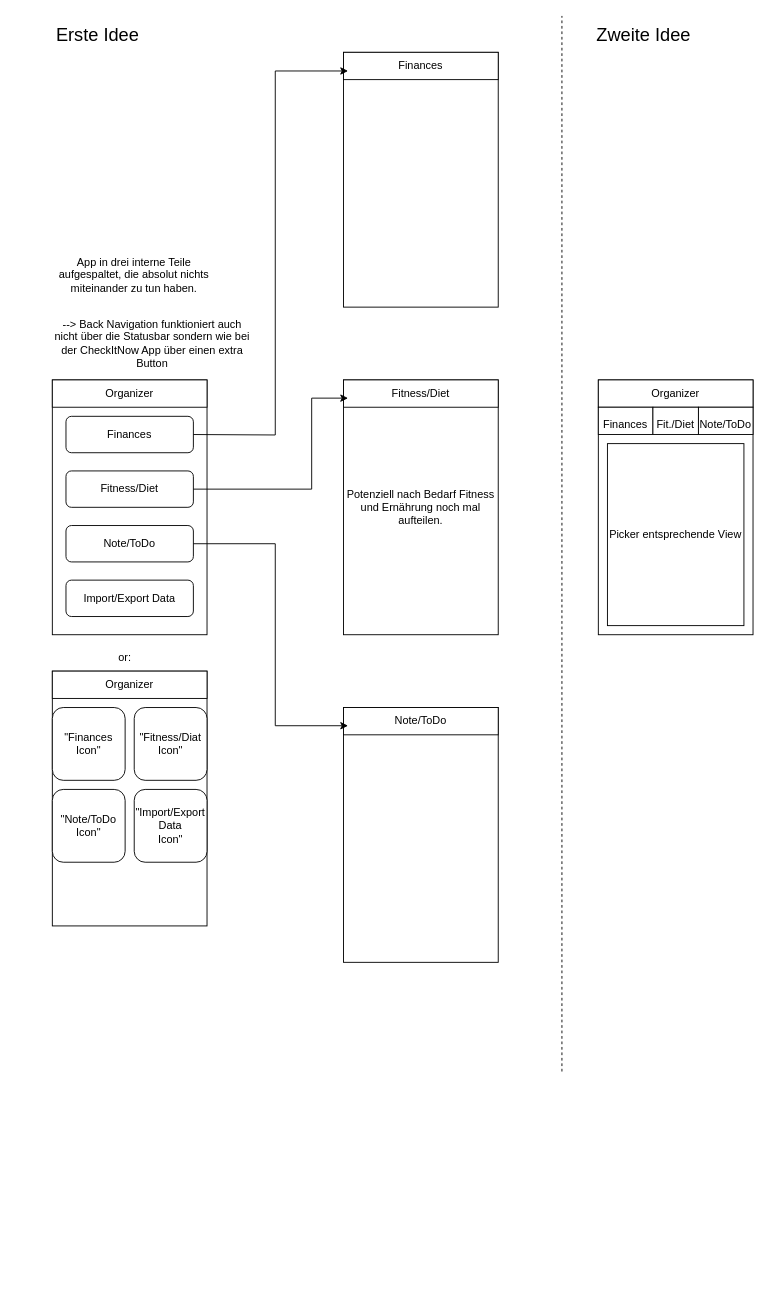
Before: Organizer/StartOrganizer.drawio in CoffeePurrson/DrawFiles, a draw.io diagram. Source tidied: cells renumbered, new cells numbered last; positions are measured from the earlier drawing's top-left corner, leaving out a move shared by most shapes. Both pictures are drawn from the tidied source at 91%, with x=0, y=0 at pixel (15, 15).
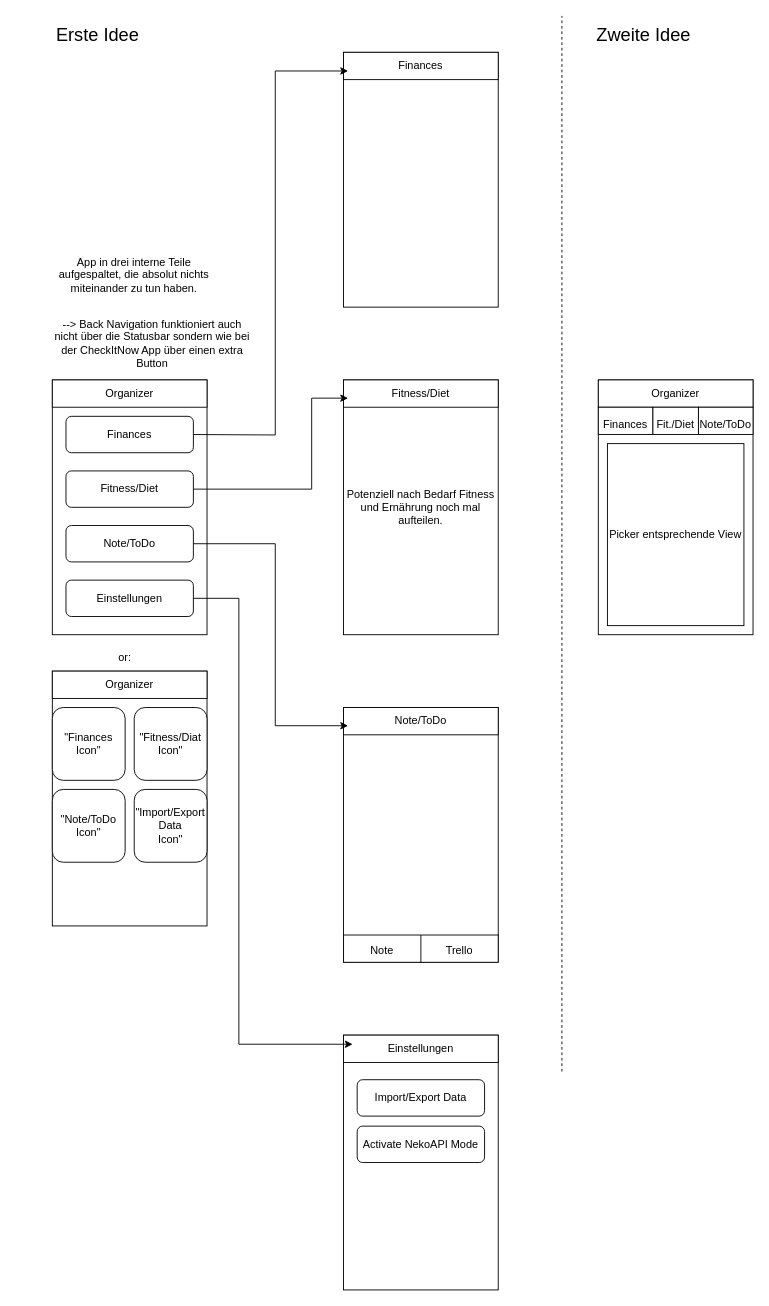
After the change.

Commit message (it also covers changes not shown here):
Updated StartOrganizer sketches

The edit, as a diff of the source:
```diff
@@
+    <mxCell id="35" style="rounded=0;whiteSpace=wrap;html=1;" parent="1" vertex="1">
+      <mxGeometry x="360" y="1120" width="170" height="280" as="geometry" />
+    </mxCell>
+    <mxCell id="36" value="Einstellungen" style="rounded=0;whiteSpace=wrap;html=1;" parent="1" vertex="1">
+      <mxGeometry x="360" y="1120" width="170" height="30" as="geometry" />
+    </mxCell>
+    <mxCell id="37" value="Import/Export Data" style="rounded=1;whiteSpace=wrap;html=1;" parent="1" vertex="1">
+      <mxGeometry x="375" y="1169" width="140" height="40" as="geometry" />
+    </mxCell>
@@
-    <mxCell id="23" value="Import/Export Data" style="rounded=1;whiteSpace=wrap;html=1;" parent="1" vertex="1">
+    <mxCell id="23" value="Einstellungen" style="rounded=1;whiteSpace=wrap;html=1;" parent="1" vertex="1">
       <mxGeometry x="55" y="620" width="140" height="40" as="geometry" />
     </mxCell>
@@
+    <mxCell id="38" style="endArrow=classic;html=1;rounded=0;" parent="1" edge="1">
+      <mxGeometry relative="1" as="geometry">
+        <mxPoint x="195" y="640" as="sourcePoint" />
+        <mxPoint x="370" y="1130" as="targetPoint" />
+        <Array as="points">
+          <mxPoint x="245" y="640" />
+          <mxPoint x="245" y="1130" />
+        </Array>
+      </mxGeometry>
+    </mxCell>
+    <mxCell id="39" value="Activate NekoAPI Mode" style="rounded=1;whiteSpace=wrap;html=1;" parent="1" vertex="1">
+      <mxGeometry x="375" y="1220" width="140" height="40" as="geometry" />
+    </mxCell>
+    <mxCell id="40" style="shape=table;startSize=0;childLayout=tableLayout;fontSize=16;flipV=1;flipH=1;direction=north;columnLines=1;" parent="1" vertex="1">
+      <mxGeometry x="360" y="1010" width="170" height="30" as="geometry" />
+    </mxCell>
+    <mxCell id="41" style="shape=tableRow;horizontal=0;startSize=0;swimlaneHead=0;swimlaneBody=0;strokeColor=inherit;top=0;left=0;bottom=0;right=0;fillColor=none;fontSize=16;" parent="40" vertex="1">
+      <mxGeometry width="170" height="30" as="geometry" />
+    </mxCell>
+    <mxCell id="42" value="&lt;font style=&quot;font-size: 12px;&quot;&gt;Note&lt;/font&gt;" style="shape=partialRectangle;html=1;whiteSpace=wrap;strokeColor=inherit;overflow=hidden;fillColor=none;top=0;left=0;bottom=0;right=0;fontSize=16;flipV=1;flipH=0;" parent="41" vertex="1">
+      <mxGeometry width="85" height="30" as="geometry" />
+    </mxCell>
+    <mxCell id="43" value="&lt;font style=&quot;font-size: 12px;&quot;&gt;Trello&lt;/font&gt;" style="shape=partialRectangle;html=1;whiteSpace=wrap;strokeColor=inherit;overflow=hidden;fillColor=none;top=0;left=0;bottom=0;right=0;fontSize=16;" parent="41" vertex="1">
+      <mxGeometry x="85" width="85" height="30" as="geometry" />
+    </mxCell>
```
